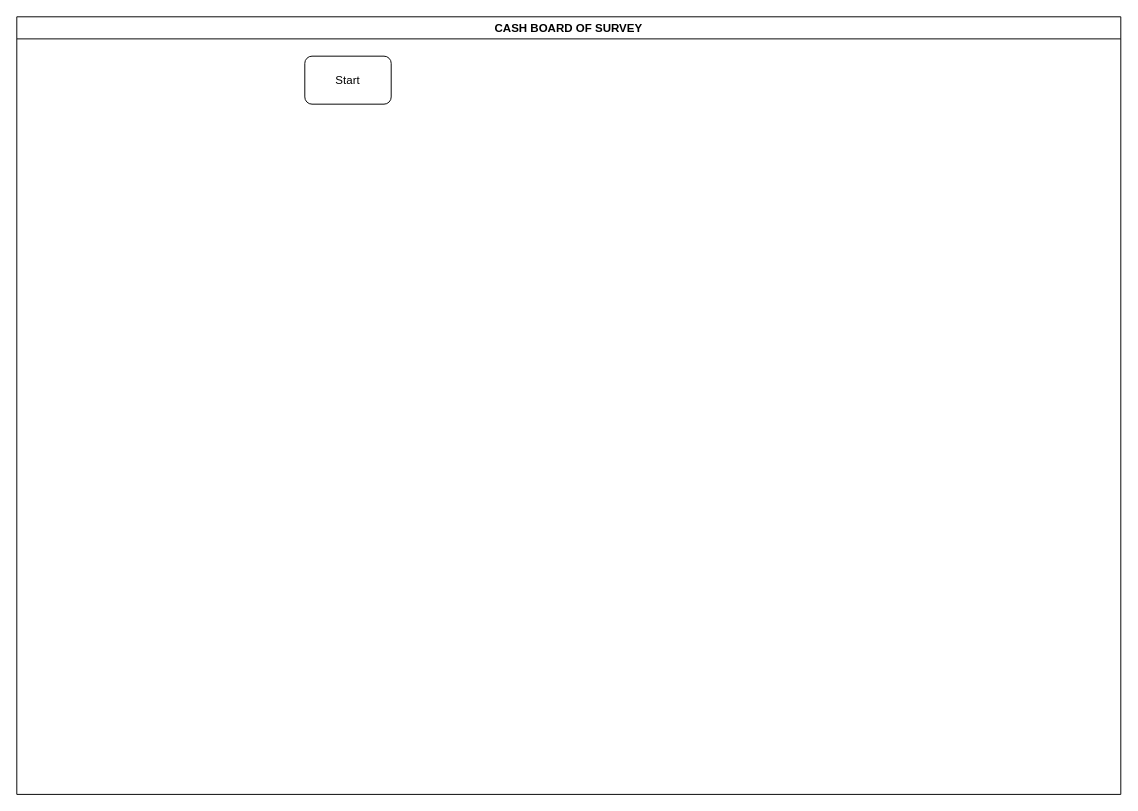
Above: KEFRI-FIN-CASH BOARD OF SURVEY.drawio in kmagua/flowcharts (draw.io), before the change. Source tidied: cells renumbered, new cells numbered last; positions are measured from the earlier drawing's top-left corner, leaving out a move shared by most shapes. Both pictures are drawn from the tidied source at 96%, with x=0, y=0 at pixel (16, 16).
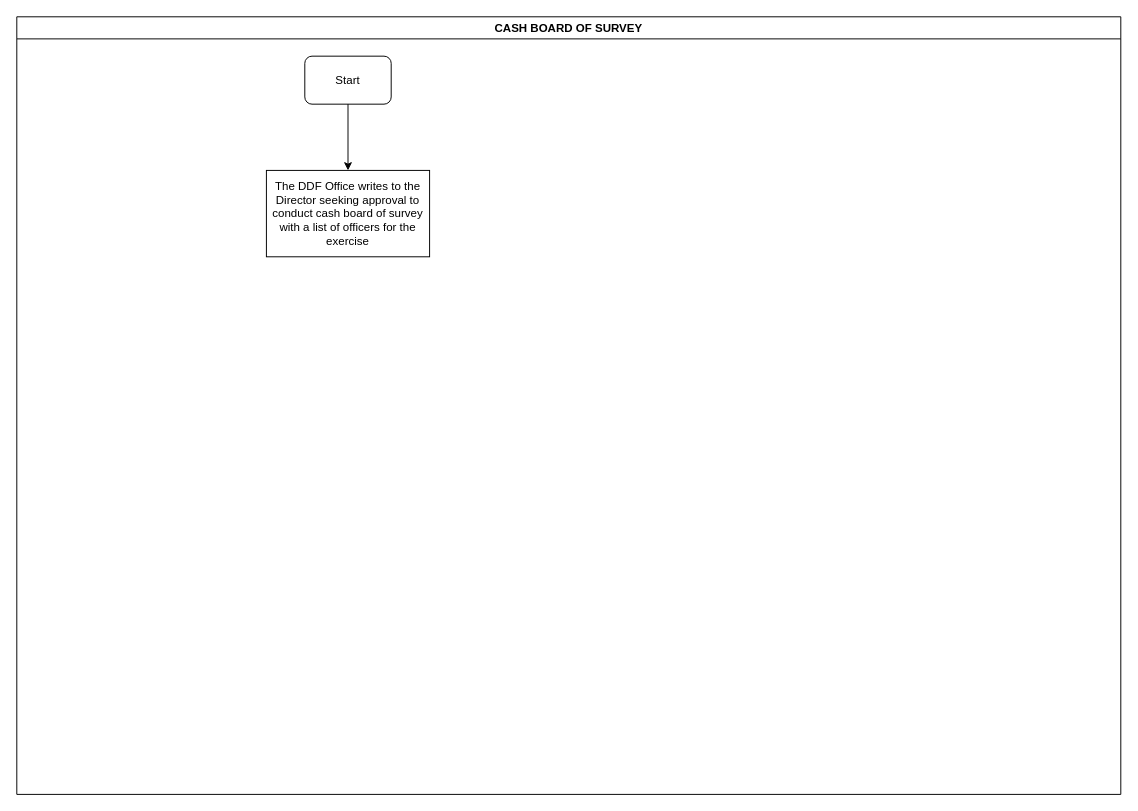
Above is the later version.

Diff of the diagram source:
```diff
@@
 <mxGraphModel>
   <root>
     <mxCell id="0" />
     <mxCell id="1" parent="0" />
     <mxCell id="2" value="CASH BOARD OF SURVEY" style="swimlane;" parent="1" vertex="1">
       <mxGeometry width="1150" height="810" as="geometry" />
     </mxCell>
     <mxCell id="3" value="Start" style="rounded=1;whiteSpace=wrap;html=1;" parent="2" vertex="1">
       <mxGeometry x="300" y="41" width="90" height="50" as="geometry" />
     </mxCell>
+    <mxCell id="4" value="The DDF Office writes to the Director seeking approval to conduct cash board of survey with a list of officers for the exercise" style="rounded=0;whiteSpace=wrap;html=1;" parent="2" vertex="1">
+      <mxGeometry x="260" y="160" width="170" height="90" as="geometry" />
+    </mxCell>
+    <mxCell id="5" style="edgeStyle=orthogonalEdgeStyle;rounded=0;jettySize=auto;html=1;entryX=0.5;entryY=0;entryDx=0;entryDy=0;" parent="2" edge="1" source="3" target="4">
+      <mxGeometry relative="1" as="geometry" />
+    </mxCell>
   </root>
 </mxGraphModel>
```
